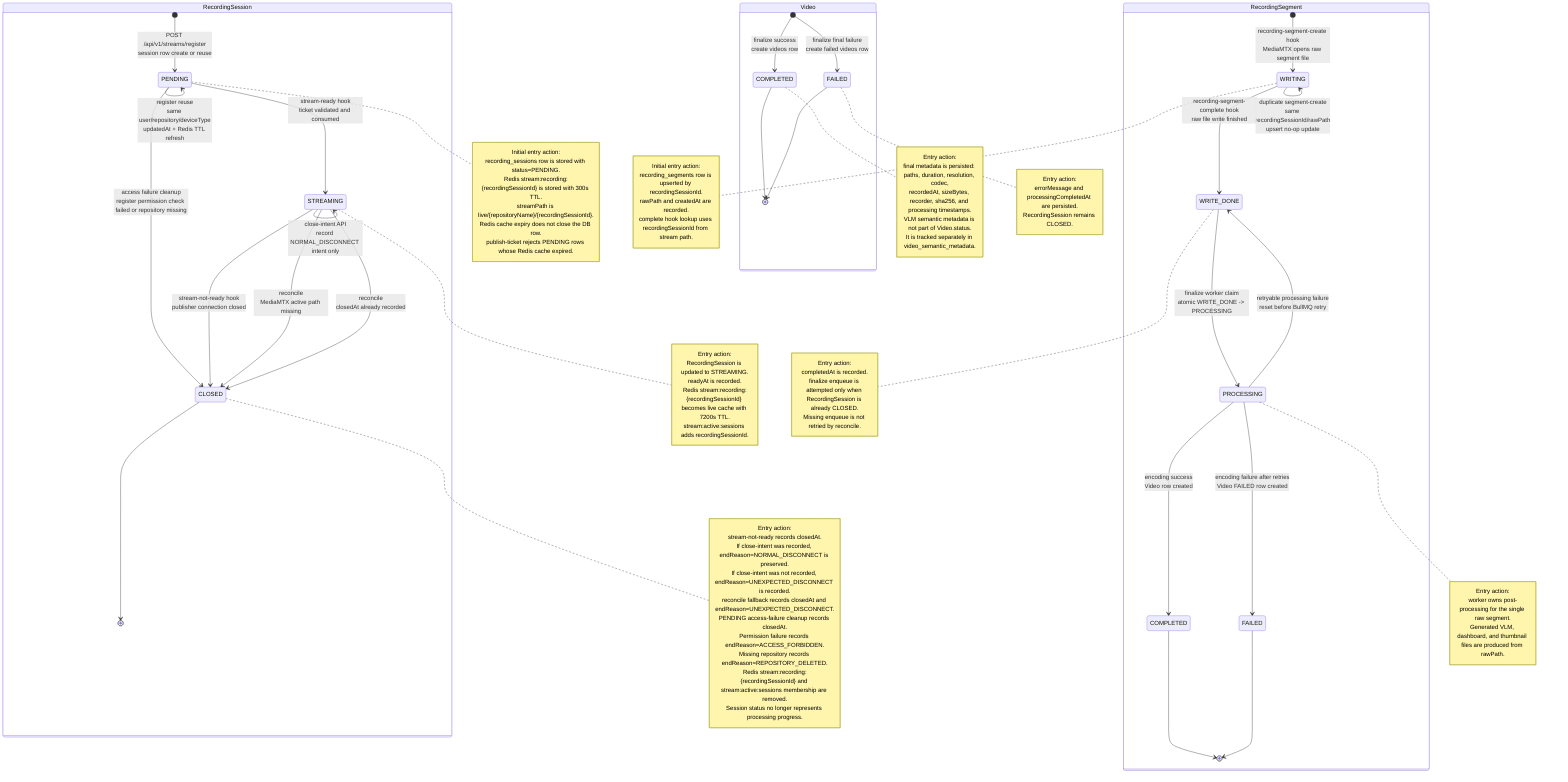
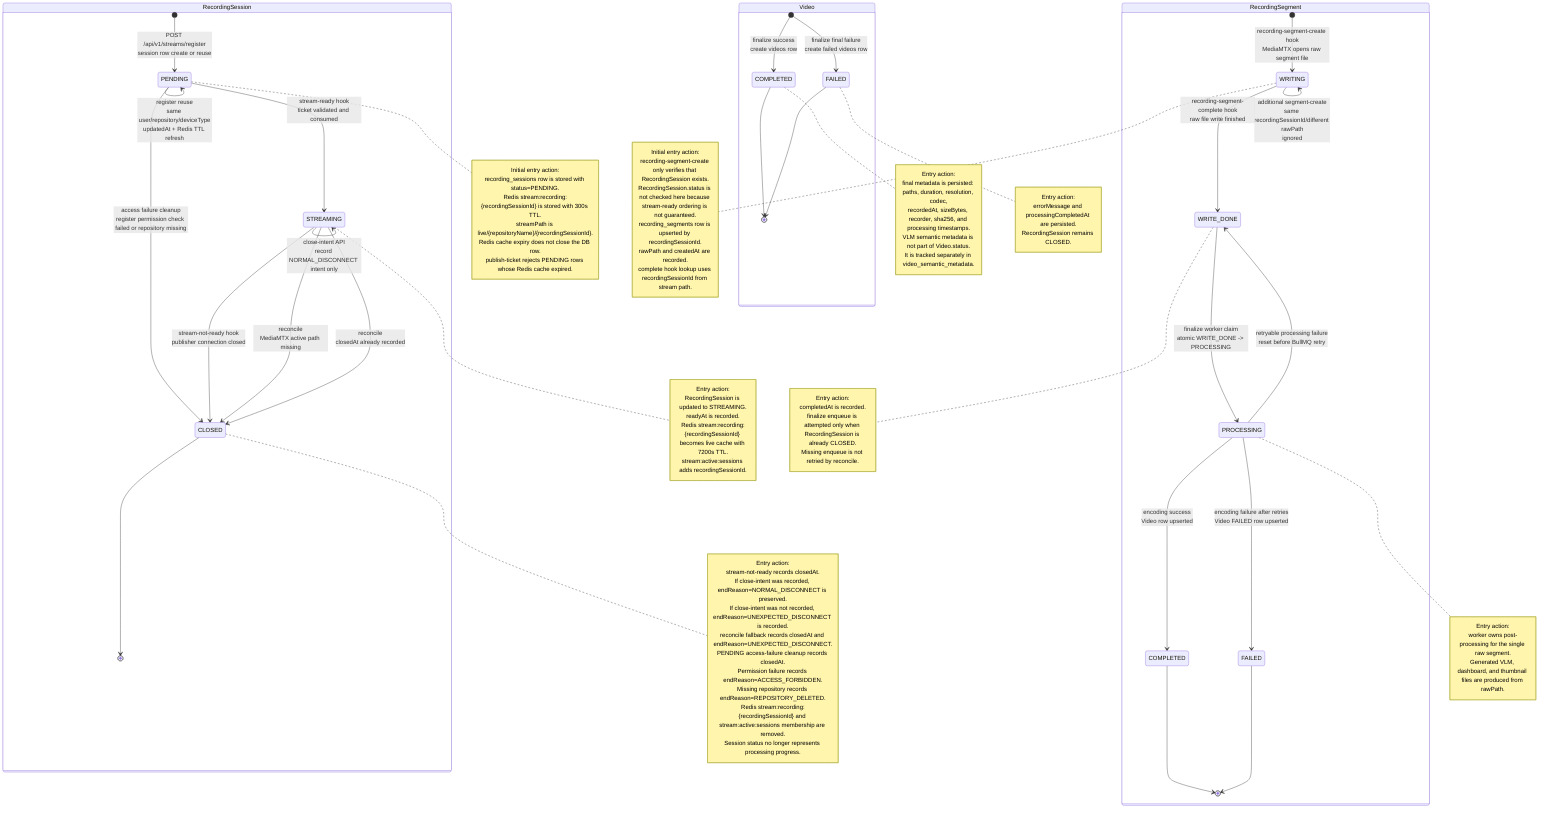
stateDiagram-v2
  state "RecordingSession" as RecordingSession {
    [*] --> RS_PENDING: POST /api/v1/streams/register<br/>session row create or reuse

    state "PENDING" as RS_PENDING
    state "STREAMING" as RS_STREAMING
    state "CLOSED" as RS_CLOSED

    note right of RS_PENDING
      Initial entry action:
      recording_sessions row is stored with status=PENDING.
      Redis stream:recording:{recordingSessionId} is stored with 300s TTL.
      streamPath is live/{repositoryName}/{recordingSessionId}.
      Redis cache expiry does not close the DB row.
      publish-ticket rejects PENDING rows whose Redis cache expired.
    end note

    RS_PENDING --> RS_PENDING: register reuse<br/>same user/repository/deviceType<br/>updatedAt + Redis TTL refresh
    RS_PENDING --> RS_STREAMING: stream-ready hook<br/>ticket validated and consumed
    RS_PENDING --> RS_CLOSED: access failure cleanup<br/>register permission check failed or repository missing

    note right of RS_STREAMING
      Entry action:
      RecordingSession is updated to STREAMING.
      readyAt is recorded.
      Redis stream:recording:{recordingSessionId} becomes live cache with 7200s TTL.
      stream:active:sessions adds recordingSessionId.
    end note

    RS_STREAMING --> RS_STREAMING: close-intent API<br/>record NORMAL_DISCONNECT intent only
    RS_STREAMING --> RS_CLOSED: stream-not-ready hook<br/>publisher connection closed
    RS_STREAMING --> RS_CLOSED: reconcile<br/>MediaMTX active path missing
    RS_STREAMING --> RS_CLOSED: reconcile<br/>closedAt already recorded

    note right of RS_CLOSED
      Entry action:
      stream-not-ready records closedAt.
      If close-intent was recorded, endReason=NORMAL_DISCONNECT is preserved.
      If close-intent was not recorded, endReason=UNEXPECTED_DISCONNECT is recorded.
      reconcile fallback records closedAt and endReason=UNEXPECTED_DISCONNECT.
      PENDING access-failure cleanup records closedAt.
      Permission failure records endReason=ACCESS_FORBIDDEN.
      Missing repository records endReason=REPOSITORY_DELETED.
      Redis stream:recording:{recordingSessionId} and stream:active:sessions membership are removed.
      Session status no longer represents processing progress.
    end note

    RS_CLOSED --> [*]
  }

  state "RecordingSegment" as RecordingSegment {
    [*] --> SEG_WRITING: recording-segment-create hook<br/>MediaMTX opens raw segment file

    state "WRITING" as SEG_WRITING
    state "WRITE_DONE" as SEG_WRITE_DONE
    state "PROCESSING" as SEG_PROCESSING
    state "COMPLETED" as SEG_COMPLETED
    state "FAILED" as SEG_FAILED

    note right of SEG_WRITING
      Initial entry action:
+       recording-segment-create only verifies that RecordingSession exists.
+       RecordingSession.status is not checked here because stream-ready ordering is not guaranteed.
      recording_segments row is upserted by recordingSessionId.
      rawPath and createdAt are recorded.
      complete hook lookup uses recordingSessionId from stream path.
    end note

    SEG_WRITING --> SEG_WRITING: duplicate segment-create<br/>same recordingSessionId/rawPath<br/>upsert no-op update
+     SEG_WRITING --> SEG_WRITING: additional segment-create<br/>same recordingSessionId/different rawPath<br/>ignored
    SEG_WRITING --> SEG_WRITE_DONE: recording-segment-complete hook<br/>raw file write finished
    SEG_WRITE_DONE --> SEG_PROCESSING: finalize worker claim<br/>atomic WRITE_DONE -> PROCESSING
    SEG_PROCESSING --> SEG_WRITE_DONE: retryable processing failure<br/>reset before BullMQ retry
-     SEG_PROCESSING --> SEG_COMPLETED: encoding success<br/>Video row created
-     SEG_PROCESSING --> SEG_FAILED: encoding failure after retries<br/>Video FAILED row created
+     SEG_PROCESSING --> SEG_COMPLETED: encoding success<br/>Video row upserted
+     SEG_PROCESSING --> SEG_FAILED: encoding failure after retries<br/>Video FAILED row upserted

    note right of SEG_WRITE_DONE
      Entry action:
      completedAt is recorded.
      finalize enqueue is attempted only when RecordingSession is already CLOSED.
      Missing enqueue is not retried by reconcile.
    end note

    note right of SEG_PROCESSING
      Entry action:
      worker owns post-processing for the single raw segment.
      Generated VLM, dashboard, and thumbnail files are produced from rawPath.
    end note

    SEG_COMPLETED --> [*]
    SEG_FAILED --> [*]
  }

  state "Video" as Video {
    [*] --> VIDEO_COMPLETED: finalize success<br/>create videos row
    [*] --> VIDEO_FAILED: finalize final failure<br/>create failed videos row

    state "COMPLETED" as VIDEO_COMPLETED
    state "FAILED" as VIDEO_FAILED

    note right of VIDEO_COMPLETED
      Entry action:
      final metadata is persisted: paths, duration, resolution, codec,
      recordedAt, sizeBytes, recorder, sha256, and processing timestamps.
      VLM semantic metadata is not part of Video.status.
      It is tracked separately in video_semantic_metadata.
    end note

    note right of VIDEO_FAILED
      Entry action:
      errorMessage and processingCompletedAt are persisted.
      RecordingSession remains CLOSED.
    end note

    VIDEO_COMPLETED --> [*]
    VIDEO_FAILED --> [*]
  }

%% 참고:
%% RecordingSession.status는 streaming session 자체의 lifecycle만 표현한다.
%% 최초 PENDING 진입은 register API가 담당하고, STREAMING 진입은 stream-ready hook이 담당한다.
%% App 변경 필요:
%% App 종료 버튼은 legacy Stop API를 호출하지 않고
%% POST /api/v1/recordings/{recordingSessionId}/close-intent 를 먼저 호출한다.
%% body는 { "reason": "NORMAL_DISCONNECT" } 이며, 200 OK 이후 RTMP publisher socket을 정상 close한다.
%% close-intent는 RecordingSession.status를 바꾸지 않는 STREAMING self-loop이다.
%% publisher connection 종료는 stream-not-ready hook 또는 reconcile이 CLOSED로 반영한다.
%% MediaMTX stream-not-ready hook payload만으로 정상 close와 crash/reset을 완벽히 구분할 수는 없다.
%% recording session 하나는 RecordingSegment 하나만 가진다.
%% 최초 segment 진입은 segment-create hook의 WRITING row 생성이다.
+ %% segment-create는 RecordingSession 존재만 확인하고, session status는 검증하지 않는다.
%% segment-complete는 누락된 segment를 복구 생성하지 않고, 기존 단일 RecordingSegment만 WRITE_DONE으로 확정한 뒤 enqueue를 시도한다.
%% segment-complete hook이 누락되면 WRITING segment는 자동으로 WRITE_DONE/FAILED로 보정하지 않는다.
%% RecordingSegment.status가 raw segment write와 후처리 상태를 표현한다.
%% Video row는 finalize가 성공하거나 최종 실패했을 때 생성된다.
